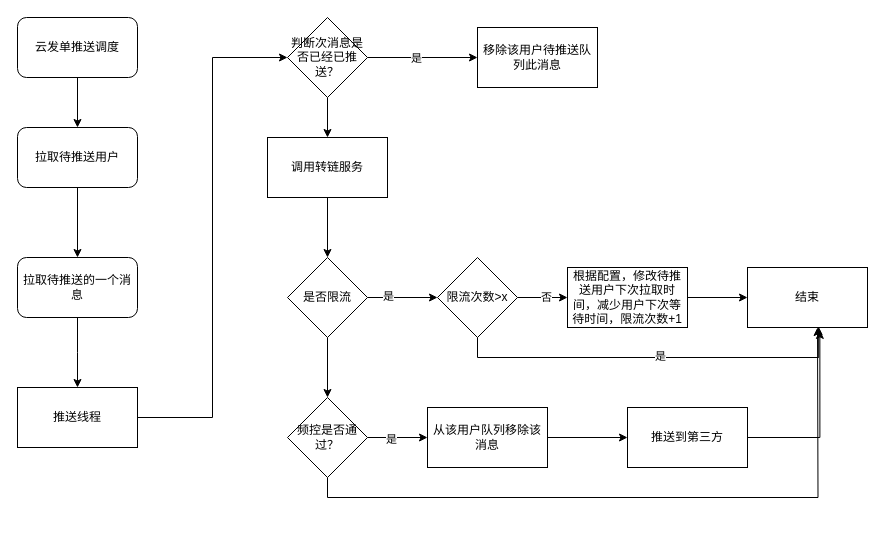
Earlier version of the draw.io diagram miyuan/云发单消息中心转链.drawio (smallleaf/draw.io). Source tidied: cells renumbered, new cells numbered last; positions are measured from the earlier drawing's top-left corner, leaving out a move shared by most shapes. Both pictures are drawn from the tidied source at 100%, with x=0, y=0 at pixel (17, 17).
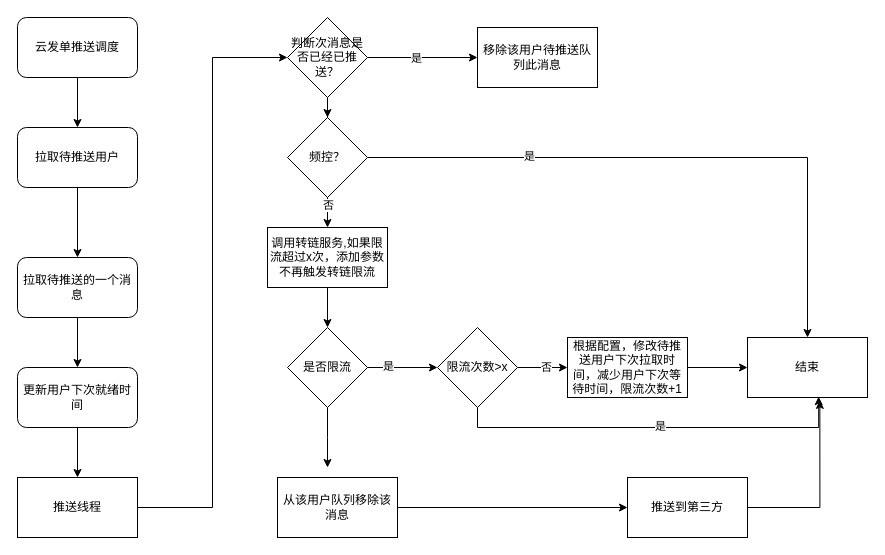
After the change.

Commit message (it also covers changes not shown here):
更新云发单消息中心转链.drawio

Unchanged cells that the change refers to:
```xml
<mxCell id="7" value="拉取待推送的一个消息" style="rounded=1;whiteSpace=wrap;html=1;" parent="1" vertex="1">
  <mxGeometry y="240" width="120" height="60" as="geometry" />
</mxCell>
<mxCell id="13" value="判断次消息是否已经已推送？" style="rhombus;whiteSpace=wrap;html=1;" parent="1" vertex="1">
  <mxGeometry x="270" width="80" height="80" as="geometry" />
</mxCell>
```

Change to the diagram source:
```diff
@@
-    <mxCell id="6" style="edgeStyle=orthogonalEdgeStyle;rounded=0;jettySize=auto;html=1;" parent="1" edge="1" source="7">
-      <mxGeometry relative="1" as="geometry">
-        <mxPoint x="60" y="370" as="targetPoint" />
-      </mxGeometry>
-    </mxCell>
+    <mxCell id="37" style="edgeStyle=orthogonalEdgeStyle;rounded=0;jettySize=auto;html=1;" parent="1" edge="1" source="7" target="44">
+      <mxGeometry relative="1" as="geometry" />
+    </mxCell>
@@
     <mxCell id="9" value="推送线程" style="whiteSpace=wrap;html=1;" parent="1" vertex="1">
-      <mxGeometry y="370" width="120" height="60" as="geometry" />
+      <mxGeometry y="460" width="120" height="60" as="geometry" />
     </mxCell>
@@
-    <mxCell id="12" style="edgeStyle=orthogonalEdgeStyle;rounded=0;jettySize=auto;html=1;" parent="1" edge="1" source="13" target="16">
-      <mxGeometry relative="1" as="geometry" />
-    </mxCell>
+    <mxCell id="38" style="edgeStyle=orthogonalEdgeStyle;rounded=0;jettySize=auto;html=1;" parent="1" edge="1" source="13" target="42">
+      <mxGeometry relative="1" as="geometry" />
+    </mxCell>
@@
-    <mxCell id="16" value="调用转链服务" style="whiteSpace=wrap;html=1;" parent="1" vertex="1">
-      <mxGeometry x="250" y="120" width="120" height="60" as="geometry" />
+    <mxCell id="16" value="调用转链服务,如果限流超过x次，添加参数不再触发转链限流" style="whiteSpace=wrap;html=1;" parent="1" vertex="1">
+      <mxGeometry x="250" y="210" width="120" height="60" as="geometry" />
     </mxCell>
@@
-    <mxCell id="19" style="edgeStyle=orthogonalEdgeStyle;rounded=0;jettySize=auto;html=1;" parent="1" edge="1" source="20" target="32">
-      <mxGeometry relative="1" as="geometry" />
+    <mxCell id="19" style="edgeStyle=orthogonalEdgeStyle;rounded=0;jettySize=auto;html=1;" parent="1" edge="1" source="20">
+      <mxGeometry relative="1" as="geometry">
+        <mxPoint x="310" y="450" as="targetPoint" />
+      </mxGeometry>
     </mxCell>
     <mxCell id="20" value="是否限流" style="rhombus;whiteSpace=wrap;html=1;" parent="1" vertex="1">
-      <mxGeometry x="270" y="240" width="80" height="80" as="geometry" />
+      <mxGeometry x="270" y="310" width="80" height="80" as="geometry" />
     </mxCell>
@@
     <mxCell id="22" value="根据配置，修改待推送用户下次拉取时间，减少用户下次等待时间，限流次数+1" style="whiteSpace=wrap;html=1;" parent="1" vertex="1">
-      <mxGeometry x="550" y="250" width="120" height="60" as="geometry" />
+      <mxGeometry x="550" y="320" width="120" height="60" as="geometry" />
     </mxCell>
     <mxCell id="23" value="结束" style="whiteSpace=wrap;html=1;" parent="1" vertex="1">
-      <mxGeometry x="730" y="250" width="120" height="60" as="geometry" />
+      <mxGeometry x="730" y="320" width="120" height="60" as="geometry" />
     </mxCell>
@@
     <mxCell id="26" value="限流次数&amp;gt;x" style="rhombus;whiteSpace=wrap;html=1;" parent="1" vertex="1">
-      <mxGeometry x="420" y="240" width="80" height="80" as="geometry" />
+      <mxGeometry x="420" y="310" width="80" height="80" as="geometry" />
     </mxCell>
@@
-    <mxCell id="29" style="edgeStyle=orthogonalEdgeStyle;rounded=0;jettySize=auto;html=1;" parent="1" edge="1" source="32" target="34">
-      <mxGeometry relative="1" as="geometry" />
-    </mxCell>
-    <mxCell id="30" value="是" style="edgeLabel;html=1;align=center;verticalAlign=middle;" parent="29" vertex="1">
-      <mxGeometry x="-0.25" y="-1" relative="1" as="geometry" />
-    </mxCell>
-    <mxCell id="31" style="edgeStyle=orthogonalEdgeStyle;rounded=0;jettySize=auto;html=1;exitX=0.5;exitY=1;exitDx=0;exitDy=0;" parent="1" edge="1" source="32">
-      <mxGeometry relative="1" as="geometry">
-        <mxPoint x="800" y="310" as="targetPoint" />
-      </mxGeometry>
-    </mxCell>
-    <mxCell id="32" value="频控是否通过？" style="rhombus;whiteSpace=wrap;html=1;" parent="1" vertex="1">
-      <mxGeometry x="270" y="380" width="80" height="80" as="geometry" />
-    </mxCell>
@@
     <mxCell id="34" value="从该用户队列移除该消息" style="whiteSpace=wrap;html=1;" parent="1" vertex="1">
-      <mxGeometry x="410" y="390" width="120" height="60" as="geometry" />
+      <mxGeometry x="260" y="460" width="120" height="60" as="geometry" />
     </mxCell>
     <mxCell id="35" value="推送到第三方" style="whiteSpace=wrap;html=1;" parent="1" vertex="1">
-      <mxGeometry x="610" y="390" width="120" height="60" as="geometry" />
+      <mxGeometry x="610" y="460" width="120" height="60" as="geometry" />
     </mxCell>
@@
+    <mxCell id="39" style="edgeStyle=orthogonalEdgeStyle;rounded=0;jettySize=auto;html=1;exitX=0.5;exitY=1;exitDx=0;exitDy=0;entryX=0.5;entryY=0;entryDx=0;entryDy=0;" parent="1" edge="1" source="42" target="16">
+      <mxGeometry relative="1" as="geometry" />
+    </mxCell>
+    <mxCell id="40" value="否" style="edgeLabel;html=1;align=center;verticalAlign=middle;" parent="39" vertex="1">
+      <mxGeometry x="-0.54" relative="1" as="geometry" />
+    </mxCell>
+    <mxCell id="41" style="edgeStyle=orthogonalEdgeStyle;rounded=0;jettySize=auto;html=1;exitX=1;exitY=0.5;exitDx=0;exitDy=0;entryX=0.5;entryY=0;entryDx=0;entryDy=0;" parent="1" edge="1" source="42" target="23">
+      <mxGeometry relative="1" as="geometry" />
+    </mxCell>
+    <mxCell id="30" value="是" style="edgeLabel;html=1;align=center;verticalAlign=middle;" parent="41" vertex="1">
+      <mxGeometry x="-0.48" y="2" relative="1" as="geometry" />
+    </mxCell>
+    <mxCell id="42" value="频控？" style="rhombus;whiteSpace=wrap;html=1;" parent="1" vertex="1">
+      <mxGeometry x="270" y="100" width="80" height="80" as="geometry" />
+    </mxCell>
+    <mxCell id="43" style="edgeStyle=orthogonalEdgeStyle;rounded=0;jettySize=auto;html=1;exitX=0.5;exitY=1;exitDx=0;exitDy=0;entryX=0.5;entryY=0;entryDx=0;entryDy=0;" parent="1" edge="1" source="44" target="9">
+      <mxGeometry relative="1" as="geometry" />
+    </mxCell>
+    <mxCell id="44" value="更新用户下次就绪时间" style="rounded=1;whiteSpace=wrap;html=1;" parent="1" vertex="1">
+      <mxGeometry y="350" width="120" height="60" as="geometry" />
+    </mxCell>
```
